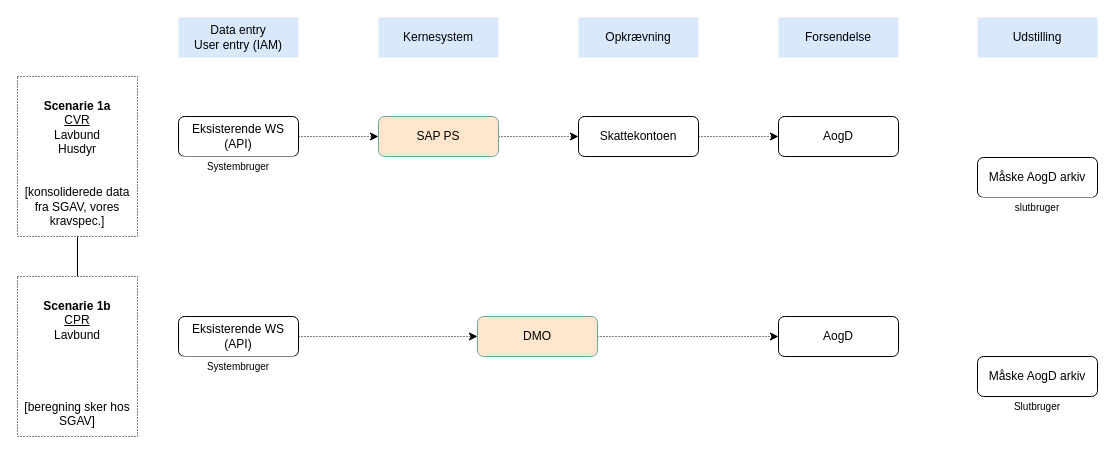
Before: page "Page-1" (1 of 2) of Copy of Flow UFST.drawio in Zaladk/drawio, a draw.io diagram. Source tidied: cells renumbered, new cells numbered last; positions are measured from the earlier drawing's top-left corner, leaving out a move shared by most shapes. Both pictures are drawn from the tidied source at 100%, with x=0, y=0 at pixel (17, 17).
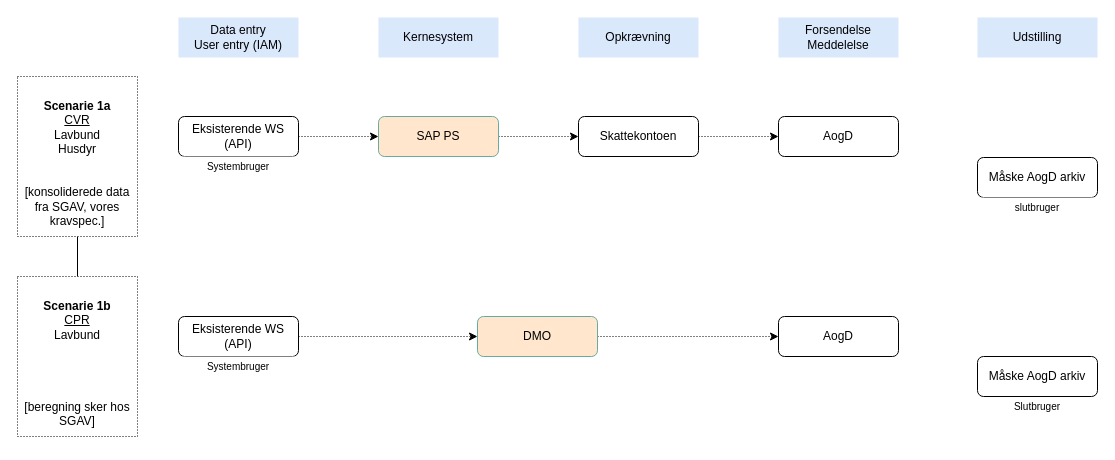
Above is the later version.

Change to the diagram source:
```diff
@@
-    <mxCell id="5" value="Forsendelse" style="rounded=0;whiteSpace=wrap;html=1;fillColor=#dae8fc;strokeColor=none;shadow=0;glass=0;" parent="1" vertex="1">
+    <mxCell id="5" value="Forsendelse&lt;div&gt;Meddelelse&lt;/div&gt;" style="rounded=0;whiteSpace=wrap;html=1;fillColor=#dae8fc;strokeColor=none;shadow=0;glass=0;" parent="1" vertex="1">
       <mxGeometry x="761" width="120" height="40" as="geometry" />
     </mxCell>
```
